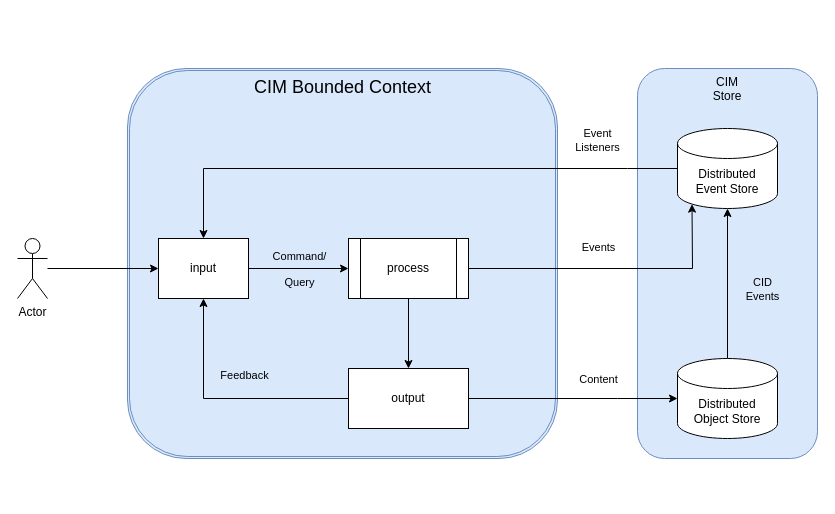
This is cim.drawio from AmaranthosIO/drawings, a draw.io file, before an edit. Source tidied: cells renumbered, new cells numbered last; positions are measured from the earlier drawing's top-left corner, leaving out a move shared by most shapes. Both pictures are drawn from the tidied source at 100%, with x=0, y=0 at pixel (17, 68).
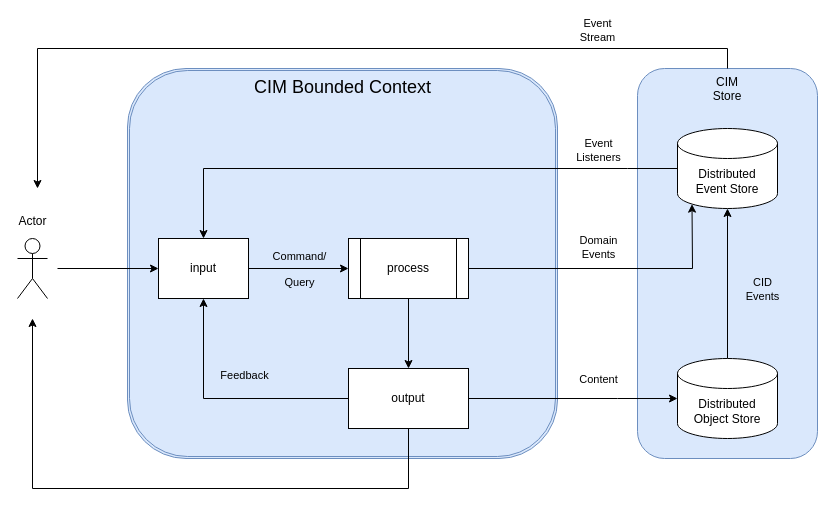
The same diagram, later.

The change refers to these unchanged cells:
```xml
<mxCell id="2" value="CIM &lt;br&gt;Store" style="rounded=1;whiteSpace=wrap;html=1;fillColor=#dae8fc;strokeColor=#6c8ebf;verticalAlign=top;" parent="1" vertex="1">
  <mxGeometry x="620" width="180" height="390" as="geometry" />
</mxCell>
<mxCell id="9" style="edgeStyle=none;rounded=0;jettySize=auto;html=1;exitX=0;exitY=0.5;exitDx=0;exitDy=0;exitPerimeter=0;entryX=0.5;entryY=0;entryDx=0;entryDy=0;" parent="1" edge="1" source="11" target="14">
  <mxGeometry relative="1" as="geometry">
    <Array as="points">
      <mxPoint x="610" y="100" />
      <mxPoint x="186" y="100" />
    </Array>
  </mxGeometry>
</mxCell>
<mxCell id="14" value="input" style="rounded=0;whiteSpace=wrap;html=1;" parent="1" vertex="1">
  <mxGeometry x="141" y="170" width="90" height="60" as="geometry" />
</mxCell>
<mxCell id="17" value="output" style="rounded=0;whiteSpace=wrap;html=1;" parent="1" vertex="1">
  <mxGeometry x="331" y="300" width="120" height="60" as="geometry" />
</mxCell>
<mxCell id="20" style="edgeStyle=none;rounded=0;jettySize=auto;html=1;exitX=1;exitY=0.5;exitDx=0;exitDy=0;entryX=0.145;entryY=1;entryDx=0;entryDy=-4.35;entryPerimeter=0;" parent="1" edge="1" source="8" target="11">
  <mxGeometry relative="1" as="geometry">
    <Array as="points">
      <mxPoint x="675" y="200" />
    </Array>
  </mxGeometry>
</mxCell>
```

What changed in the source:
```diff
@@
-    <mxCell id="10" value="Event&lt;br&gt;Listeners" style="edgeLabel;html=1;align=center;verticalAlign=middle;labelBackgroundColor=none;spacingTop=0;spacingBottom=18;noLabel=0;" parent="9" vertex="1">
+    <mxCell id="10" value="Event&lt;br&gt;Stream" style="edgeLabel;html=1;align=center;verticalAlign=middle;labelBackgroundColor=none;spacingTop=0;spacingBottom=18;noLabel=0;" parent="9" vertex="1">
       <mxGeometry x="-0.12" y="-3" relative="1" as="geometry">
-        <mxPoint x="158" y="-17" as="offset" />
+        <mxPoint x="158" y="-127" as="offset" />
       </mxGeometry>
     </mxCell>
+    <mxCell id="25" style="edgeStyle=none;rounded=0;jettySize=auto;html=1;exitX=0.5;exitY=0;exitDx=0;exitDy=0;align=center;" parent="1" edge="1" source="2">
+      <mxGeometry relative="1" as="geometry">
+        <mxPoint x="20" y="120" as="targetPoint" />
+        <Array as="points">
+          <mxPoint x="710" y="-20" />
+          <mxPoint x="20" y="-20" />
+        </Array>
+      </mxGeometry>
+    </mxCell>
@@
+    <mxCell id="26" style="edgeStyle=none;rounded=0;jettySize=auto;html=1;exitX=0.5;exitY=1;exitDx=0;exitDy=0;" parent="1" edge="1" source="17">
+      <mxGeometry relative="1" as="geometry">
+        <mxPoint x="15" y="250" as="targetPoint" />
+        <Array as="points">
+          <mxPoint x="391" y="420" />
+          <mxPoint x="15" y="420" />
+        </Array>
+      </mxGeometry>
+    </mxCell>
@@
-    <mxCell id="21" value="Events" style="edgeLabel;html=1;align=center;verticalAlign=middle;labelBackgroundColor=none;spacingBottom=24;" parent="20" vertex="1">
+    <mxCell id="21" value="Domain&lt;br&gt;Events" style="edgeLabel;html=1;align=center;verticalAlign=middle;labelBackgroundColor=none;spacingBottom=24;" parent="20" vertex="1">
       <mxGeometry x="-0.09" relative="1" as="geometry">
         <mxPoint x="-2" y="-10" as="offset" />
       </mxGeometry>
     </mxCell>
@@
-    <mxCell id="23" style="edgeStyle=none;rounded=0;jettySize=auto;html=1;entryX=0;entryY=0.5;entryDx=0;entryDy=0;" parent="1" edge="1" source="24" target="14">
-      <mxGeometry relative="1" as="geometry" />
+    <mxCell id="23" style="edgeStyle=none;rounded=0;jettySize=auto;html=1;entryX=0;entryY=0.5;entryDx=0;entryDy=0;" parent="1" edge="1" target="14">
+      <mxGeometry relative="1" as="geometry">
+        <mxPoint x="40" y="200" as="sourcePoint" />
+      </mxGeometry>
     </mxCell>
-    <mxCell id="24" value="Actor" style="shape=umlActor;verticalLabelPosition=bottom;verticalAlign=top;html=1;outlineConnect=0;" parent="1" vertex="1">
+    <mxCell id="24" value="Actor" style="shape=umlActor;verticalLabelPosition=top;verticalAlign=bottom;html=1;outlineConnect=0;labelPosition=center;align=center;spacingBottom=8;" parent="1" vertex="1">
       <mxGeometry y="170" width="30" height="60" as="geometry" />
     </mxCell>
+    <mxCell id="27" value="Event&lt;br&gt;Listeners" style="edgeLabel;html=1;align=center;verticalAlign=middle;labelBackgroundColor=none;spacingTop=0;spacingBottom=18;noLabel=0;" parent="1" vertex="1">
+      <mxGeometry x="580" y="90" as="geometry" />
+    </mxCell>
```
